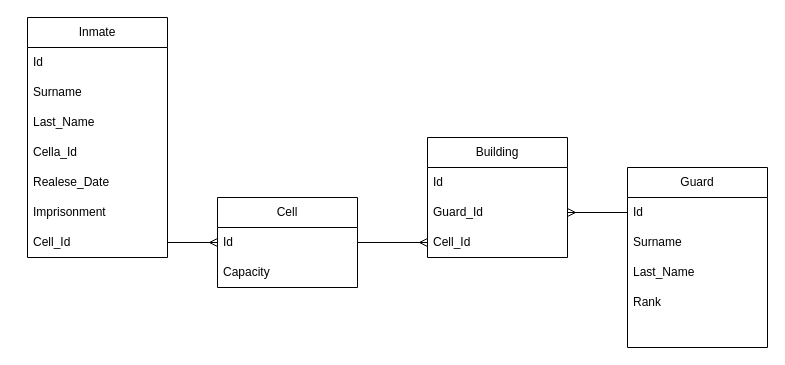
The draw.io diagram Data-base/Prison/Prison.drawio in miskolczilevente/25-26, before the edit. Source tidied: cells renumbered, new cells numbered last; positions are measured from the earlier drawing's top-left corner, leaving out a move shared by most shapes. Both pictures are drawn from the tidied source at 100%, with x=0, y=0 at pixel (27, 17).
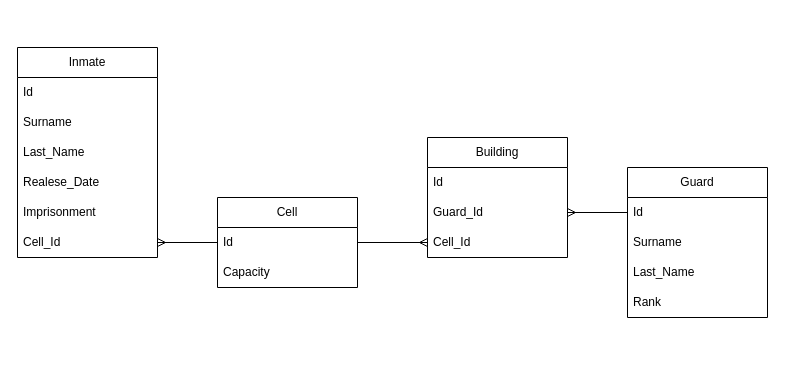
The same page after the edit.

The change refers to these unchanged cells:
```xml
<mxCell id="11" value="Id" style="text;strokeColor=none;fillColor=none;align=left;verticalAlign=middle;spacingLeft=4;spacingRight=4;overflow=hidden;points=[[0,0.5],[1,0.5]];portConstraint=eastwest;whiteSpace=wrap;html=1;" parent="10" vertex="1">
  <mxGeometry y="30" width="140" height="30" as="geometry" />
</mxCell>
```

What changed in the source:
```diff
@@
     <mxCell id="2" value="Inmate" style="swimlane;fontStyle=0;horizontal=1;startSize=30;whiteSpace=wrap;html=1;" parent="1" vertex="1">
-      <mxGeometry width="140" height="240" as="geometry" />
+      <mxGeometry x="-10" y="30" width="140" height="210" as="geometry" />
     </mxCell>
@@
-    <mxCell id="6" value="Cella_Id" style="text;strokeColor=none;fillColor=none;align=left;verticalAlign=middle;spacingLeft=4;spacingRight=4;overflow=hidden;whiteSpace=wrap;html=1;" parent="2" vertex="1">
-      <mxGeometry y="120" width="140" height="30" as="geometry" />
-    </mxCell>
     <mxCell id="7" value="Realese_Date" style="text;strokeColor=none;fillColor=none;align=left;verticalAlign=middle;spacingLeft=4;spacingRight=4;overflow=hidden;whiteSpace=wrap;html=1;" parent="2" vertex="1">
-      <mxGeometry y="150" width="140" height="30" as="geometry" />
+      <mxGeometry y="120" width="140" height="30" as="geometry" />
     </mxCell>
     <mxCell id="8" value="Imprisonment" style="text;strokeColor=none;fillColor=none;align=left;verticalAlign=middle;spacingLeft=4;spacingRight=4;overflow=hidden;whiteSpace=wrap;html=1;" parent="2" vertex="1">
-      <mxGeometry y="180" width="140" height="30" as="geometry" />
+      <mxGeometry y="150" width="140" height="30" as="geometry" />
     </mxCell>
     <mxCell id="9" value="Cell_Id" style="text;strokeColor=none;fillColor=none;align=left;verticalAlign=middle;spacingLeft=4;spacingRight=4;overflow=hidden;points=[[0,0.5],[1,0.5]];portConstraint=eastwest;whiteSpace=wrap;html=1;" parent="2" vertex="1">
-      <mxGeometry y="210" width="140" height="30" as="geometry" />
+      <mxGeometry y="180" width="140" height="30" as="geometry" />
     </mxCell>
@@
     <mxCell id="13" value="Guard" style="swimlane;fontStyle=0;horizontal=1;startSize=30;whiteSpace=wrap;html=1;" parent="1" vertex="1">
-      <mxGeometry x="600" y="150" width="140" height="180" as="geometry" />
+      <mxGeometry x="600" y="150" width="140" height="150" as="geometry" />
     </mxCell>
@@
-    <mxCell id="18" style="text;strokeColor=none;fillColor=none;align=left;verticalAlign=middle;spacingLeft=4;spacingRight=4;overflow=hidden;whiteSpace=wrap;html=1;" parent="13" vertex="1">
-      <mxGeometry y="150" width="140" height="30" as="geometry" />
-    </mxCell>
-    <mxCell id="19" style="edgeStyle=orthogonalEdgeStyle;rounded=0;jettySize=auto;html=1;entryX=0;entryY=0.5;entryDx=0;entryDy=0;startArrow=none;startFill=0;endArrow=ERmany;endFill=0;" parent="1" edge="1" source="9" target="11">
+    <mxCell id="19" style="edgeStyle=orthogonalEdgeStyle;rounded=0;jettySize=auto;html=1;entryX=0;entryY=0.5;entryDx=0;entryDy=0;startArrow=ERmany;startFill=0;endArrow=none;endFill=0;" parent="1" edge="1" source="9" target="11">
       <mxGeometry relative="1" as="geometry" />
     </mxCell>
```
